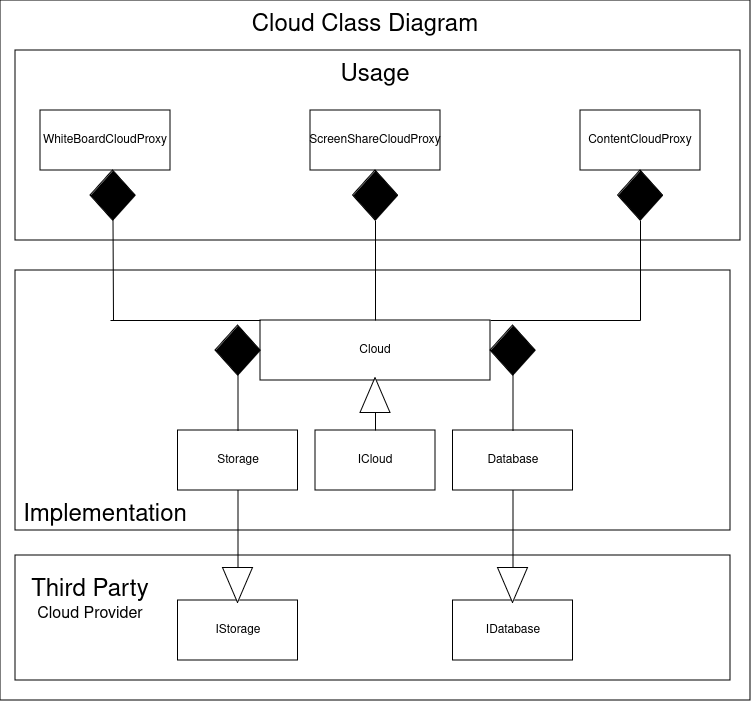
Earlier version of the draw.io export cloud.png (IIT-PKD-Software-Engg/Cloud). Source tidied: cells renumbered, new cells last; positions are measured from the earlier drawing's top-left corner, leaving out a move shared by most shapes.
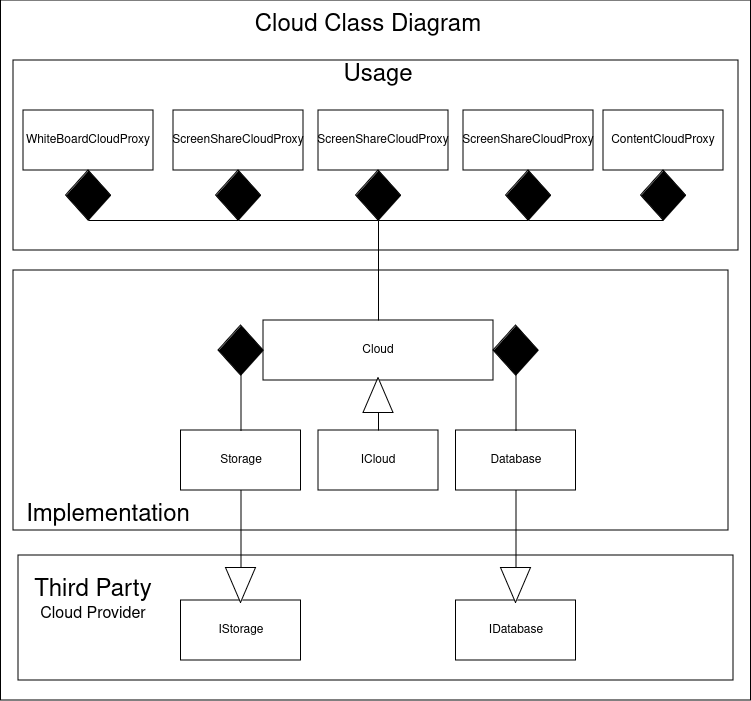
Later version of the same file.

Commit message:
class diagram update

Diff of the diagram source:
```diff
@@ -3,25 +3,25 @@
     <mxCell id="0" />
     <mxCell id="1" parent="0" />
     <mxCell id="2" style="rounded=0;whiteSpace=wrap;html=1;" parent="1" vertex="1">
-      <mxGeometry width="750" height="700" as="geometry" />
+      <mxGeometry x="-2.5" width="750" height="700" as="geometry" />
     </mxCell>
     <mxCell id="3" style="rounded=0;whiteSpace=wrap;html=1;" parent="1" vertex="1">
       <mxGeometry x="15" y="555" width="715" height="125" as="geometry" />
     </mxCell>
     <mxCell id="4" style="rounded=0;whiteSpace=wrap;html=1;" parent="1" vertex="1">
-      <mxGeometry x="15" y="270" width="715" height="260" as="geometry" />
+      <mxGeometry x="10" y="270" width="715" height="260" as="geometry" />
     </mxCell>
     <mxCell id="5" style="rounded=0;whiteSpace=wrap;html=1;" parent="1" vertex="1">
-      <mxGeometry x="15" y="50" width="725" height="190" as="geometry" />
+      <mxGeometry x="10" y="60" width="725" height="190" as="geometry" />
     </mxCell>
     <mxCell id="6" value="ICloud" style="rounded=0;whiteSpace=wrap;html=1;" parent="1" vertex="1">
       <mxGeometry x="315" y="430" width="120" height="60" as="geometry" />
     </mxCell>
     <mxCell id="7" value="WhiteBoardCloudProxy" style="rounded=0;whiteSpace=wrap;html=1;" parent="1" vertex="1">
-      <mxGeometry x="40" y="110" width="130" height="60" as="geometry" />
+      <mxGeometry x="20" y="110" width="130" height="60" as="geometry" />
     </mxCell>
     <mxCell id="8" value="ContentCloudProxy" style="rounded=0;whiteSpace=wrap;html=1;" parent="1" vertex="1">
-      <mxGeometry x="580" y="110" width="120" height="60" as="geometry" />
+      <mxGeometry x="600" y="110" width="120" height="60" as="geometry" />
     </mxCell>
     <mxCell id="9" value="Cloud" style="rounded=0;whiteSpace=wrap;html=1;" parent="1" vertex="1">
       <mxGeometry x="260" y="320" width="230" height="60" as="geometry" />
@@ -33,19 +33,17 @@
       <mxGeometry x="452.5" y="600" width="120" height="60" as="geometry" />
     </mxCell>
     <mxCell id="12" style="rhombus;whiteSpace=wrap;html=1;fillColor=#000000;" parent="1" vertex="1">
-      <mxGeometry x="90" y="170" width="45" height="50" as="geometry" />
+      <mxGeometry x="62.5" y="170" width="45" height="50" as="geometry" />
     </mxCell>
     <mxCell id="13" style="rhombus;whiteSpace=wrap;html=1;fillColor=#000000;" parent="1" vertex="1">
-      <mxGeometry x="617.5" y="170" width="45" height="50" as="geometry" />
+      <mxGeometry x="637.5" y="170" width="45" height="50" as="geometry" />
     </mxCell>
-    <mxCell id="14" style="endArrow=none;html=1;rounded=0;entryX=0.5;entryY=1;entryDx=0;entryDy=0;" parent="1" edge="1" target="13">
-      <mxGeometry relative="1" as="geometry">
-        <mxPoint x="640" y="320" as="sourcePoint" />
-      </mxGeometry>
+    <mxCell id="14" style="endArrow=none;html=1;rounded=0;entryX=0.5;entryY=1;entryDx=0;entryDy=0;exitX=0.5;exitY=1;exitDx=0;exitDy=0;" parent="1" edge="1" source="40" target="13">
+      <mxGeometry relative="1" as="geometry" />
     </mxCell>
-    <mxCell id="15" style="endArrow=none;html=1;rounded=0;entryX=0;entryY=0;entryDx=0;entryDy=0;" parent="1" edge="1" target="9">
+    <mxCell id="15" style="endArrow=none;html=1;rounded=0;entryX=0.5;entryY=0;entryDx=0;entryDy=0;" parent="1" edge="1" target="9">
       <mxGeometry relative="1" as="geometry">
-        <mxPoint x="110" y="320" as="sourcePoint" />
+        <mxPoint x="375" y="220" as="sourcePoint" />
       </mxGeometry>
     </mxCell>
     <mxCell id="16" style="triangle;whiteSpace=wrap;html=1;rotation=-90;" parent="1" vertex="1">
@@ -73,22 +71,15 @@
       <mxGeometry x="170" y="10" width="390" height="30" as="geometry" />
     </mxCell>
     <mxCell id="24" value="ScreenShareCloudProxy" style="rounded=0;whiteSpace=wrap;html=1;" parent="1" vertex="1">
-      <mxGeometry x="310" y="110" width="130" height="60" as="geometry" />
+      <mxGeometry x="170" y="110" width="130" height="60" as="geometry" />
     </mxCell>
     <mxCell id="25" style="rhombus;whiteSpace=wrap;html=1;fillColor=#000000;" parent="1" vertex="1">
-      <mxGeometry x="352.5" y="170" width="45" height="50" as="geometry" />
+      <mxGeometry x="212.5" y="170" width="45" height="50" as="geometry" />
     </mxCell>
-    <mxCell id="26" style="endArrow=none;html=1;rounded=0;exitX=1;exitY=0;exitDx=0;exitDy=0;" parent="1" edge="1" source="9">
-      <mxGeometry relative="1" as="geometry">
-        <mxPoint x="640" y="320" as="targetPoint" />
-      </mxGeometry>
-    </mxCell>
-    <mxCell id="27" style="endArrow=none;html=1;rounded=0;entryX=0.5;entryY=1;entryDx=0;entryDy=0;" parent="1" edge="1" target="12">
-      <mxGeometry relative="1" as="geometry">
-        <mxPoint x="113" y="320" as="sourcePoint" />
-      </mxGeometry>
+    <mxCell id="27" style="endArrow=none;html=1;rounded=0;entryX=0.5;entryY=1;entryDx=0;entryDy=0;exitX=0.5;exitY=1;exitDx=0;exitDy=0;" parent="1" edge="1" source="25" target="12">
+      <mxGeometry relative="1" as="geometry" />
     </mxCell>
-    <mxCell id="28" style="endArrow=none;html=1;rounded=0;entryX=0.5;entryY=1;entryDx=0;entryDy=0;exitX=0.5;exitY=0;exitDx=0;exitDy=0;" parent="1" edge="1" source="9" target="25">
+    <mxCell id="28" style="endArrow=none;html=1;rounded=0;entryX=0.5;entryY=1;entryDx=0;entryDy=0;exitX=0.5;exitY=1;exitDx=0;exitDy=0;" parent="1" edge="1" source="39" target="25">
       <mxGeometry relative="1" as="geometry" />
     </mxCell>
     <mxCell id="29" style="endArrow=none;html=1;rounded=0;entryX=0;entryY=0.5;entryDx=0;entryDy=0;exitX=0.5;exitY=0;exitDx=0;exitDy=0;" parent="1" edge="1" source="6" target="16">
@@ -115,5 +106,20 @@
     <mxCell id="36" value="&lt;div&gt;&lt;font style=&quot;font-size: 24px;&quot;&gt;Third Party&lt;/font&gt;&lt;/div&gt;&lt;div&gt;&lt;font size=&quot;3&quot;&gt;Cloud Provider&lt;/font&gt;&lt;br&gt;&lt;/div&gt;" style="text;html=1;align=center;verticalAlign=middle;whiteSpace=wrap;rounded=0;" parent="1" vertex="1">
       <mxGeometry x="20" y="570" width="140" height="60" as="geometry" />
     </mxCell>
+    <mxCell id="37" value="ScreenShareCloudProxy" style="rounded=0;whiteSpace=wrap;html=1;" parent="1" vertex="1">
+      <mxGeometry x="315" y="110" width="130" height="60" as="geometry" />
+    </mxCell>
+    <mxCell id="38" value="ScreenShareCloudProxy" style="rounded=0;whiteSpace=wrap;html=1;" parent="1" vertex="1">
+      <mxGeometry x="460" y="110" width="130" height="60" as="geometry" />
+    </mxCell>
+    <mxCell id="39" style="rhombus;whiteSpace=wrap;html=1;fillColor=#000000;" parent="1" vertex="1">
+      <mxGeometry x="352.5" y="170" width="45" height="50" as="geometry" />
+    </mxCell>
+    <mxCell id="40" style="rhombus;whiteSpace=wrap;html=1;fillColor=#000000;" parent="1" vertex="1">
+      <mxGeometry x="502.5" y="170" width="45" height="50" as="geometry" />
+    </mxCell>
+    <mxCell id="41" style="endArrow=none;html=1;rounded=0;entryX=0.5;entryY=1;entryDx=0;entryDy=0;exitX=0.5;exitY=1;exitDx=0;exitDy=0;" parent="1" edge="1" source="39" target="40">
+      <mxGeometry relative="1" as="geometry" />
+    </mxCell>
   </root>
 </mxGraphModel>
```
